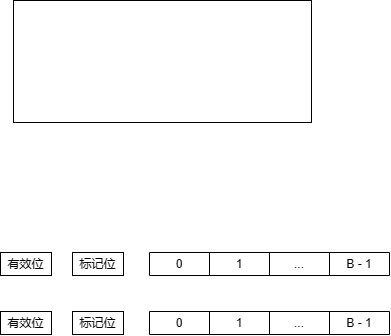
Earlier version of the draw.io export OS/Cache相关.drawio.png (SixPlusAndTimes/drawio). Source tidied: cells renumbered, new cells last; positions are measured from the earlier drawing's top-left corner, leaving out a move shared by most shapes.
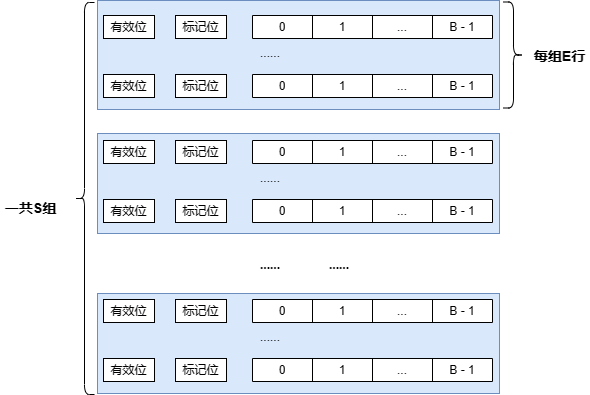
After the commit.

What changed in the source:
```diff
@@ -2,8 +2,14 @@
   <root>
     <mxCell id="0" />
     <mxCell id="1" parent="0" />
+    <mxCell id="19" style="rounded=0;whiteSpace=wrap;html=1;fillColor=#dae8fc;strokeColor=#6c8ebf;" parent="1" vertex="1">
+      <mxGeometry x="-6" y="530" width="402" height="100" as="geometry" />
+    </mxCell>
+    <mxCell id="20" style="rounded=0;whiteSpace=wrap;html=1;fillColor=#dae8fc;strokeColor=#6c8ebf;" parent="1" vertex="1">
+      <mxGeometry x="-6" y="370" width="402" height="100" as="geometry" />
+    </mxCell>
-    <mxCell id="2" style="rounded=0;whiteSpace=wrap;html=1;" parent="1" vertex="1">
-      <mxGeometry x="13" width="298" height="122" as="geometry" />
+    <mxCell id="2" style="rounded=0;whiteSpace=wrap;html=1;fillColor=#dae8fc;strokeColor=#6c8ebf;" parent="1" vertex="1">
+      <mxGeometry x="-6" y="237" width="402" height="109" as="geometry" />
     </mxCell>
     <mxCell id="3" value="有效位" style="rounded=0;whiteSpace=wrap;html=1;" parent="1" vertex="1">
       <mxGeometry y="252" width="51" height="23" as="geometry" />
@@ -53,5 +59,128 @@
     <mxCell id="18" value="B - 1" style="shape=partialRectangle;html=1;whiteSpace=wrap;strokeColor=inherit;overflow=hidden;fillColor=none;top=0;left=0;bottom=0;right=0;" parent="14" vertex="1">
       <mxGeometry x="180" width="60" height="23" as="geometry" />
     </mxCell>
+    <mxCell id="21" value="......" style="text;html=1;strokeColor=none;fillColor=none;align=center;verticalAlign=middle;whiteSpace=wrap;rounded=0;" parent="1" vertex="1">
+      <mxGeometry x="137" y="275" width="60" height="30" as="geometry" />
+    </mxCell>
+    <mxCell id="22" value="有效位" style="rounded=0;whiteSpace=wrap;html=1;" parent="1" vertex="1">
+      <mxGeometry y="377" width="51" height="23" as="geometry" />
+    </mxCell>
+    <mxCell id="23" value="标记位" style="rounded=0;whiteSpace=wrap;html=1;" parent="1" vertex="1">
+      <mxGeometry x="72" y="377" width="51" height="23" as="geometry" />
+    </mxCell>
+    <mxCell id="24" style="shape=table;startSize=0;" parent="1" vertex="1">
+      <mxGeometry x="149" y="377" width="240" height="23" as="geometry" />
+    </mxCell>
+    <mxCell id="25" style="shape=tableRow;horizontal=0;startSize=0;swimlaneHead=0;swimlaneBody=0;strokeColor=inherit;top=0;left=0;bottom=0;right=0;fillColor=none;" parent="24" vertex="1">
+      <mxGeometry width="240" height="23" as="geometry" />
+    </mxCell>
+    <mxCell id="26" value="0" style="shape=partialRectangle;html=1;whiteSpace=wrap;strokeColor=inherit;overflow=hidden;fillColor=none;top=0;left=0;bottom=0;right=0;" parent="25" vertex="1">
+      <mxGeometry width="60" height="23" as="geometry" />
+    </mxCell>
+    <mxCell id="27" value="1" style="shape=partialRectangle;html=1;whiteSpace=wrap;strokeColor=inherit;overflow=hidden;fillColor=none;top=0;left=0;bottom=0;right=0;" parent="25" vertex="1">
+      <mxGeometry x="60" width="60" height="23" as="geometry" />
+    </mxCell>
+    <mxCell id="28" value="..." style="shape=partialRectangle;html=1;whiteSpace=wrap;strokeColor=inherit;overflow=hidden;fillColor=none;top=0;left=0;bottom=0;right=0;" parent="25" vertex="1">
+      <mxGeometry x="120" width="60" height="23" as="geometry" />
+    </mxCell>
+    <mxCell id="29" value="B - 1" style="shape=partialRectangle;html=1;whiteSpace=wrap;strokeColor=inherit;overflow=hidden;fillColor=none;top=0;left=0;bottom=0;right=0;" parent="25" vertex="1">
+      <mxGeometry x="180" width="60" height="23" as="geometry" />
+    </mxCell>
+    <mxCell id="30" value="有效位" style="rounded=0;whiteSpace=wrap;html=1;" parent="1" vertex="1">
+      <mxGeometry y="436" width="51" height="23" as="geometry" />
+    </mxCell>
+    <mxCell id="31" value="标记位" style="rounded=0;whiteSpace=wrap;html=1;" parent="1" vertex="1">
+      <mxGeometry x="72" y="436" width="51" height="23" as="geometry" />
+    </mxCell>
+    <mxCell id="32" style="shape=table;startSize=0;" parent="1" vertex="1">
+      <mxGeometry x="149" y="436" width="240" height="23" as="geometry" />
+    </mxCell>
+    <mxCell id="33" style="shape=tableRow;horizontal=0;startSize=0;swimlaneHead=0;swimlaneBody=0;strokeColor=inherit;top=0;left=0;bottom=0;right=0;fillColor=none;" parent="32" vertex="1">
+      <mxGeometry width="240" height="23" as="geometry" />
+    </mxCell>
+    <mxCell id="34" value="0" style="shape=partialRectangle;html=1;whiteSpace=wrap;strokeColor=inherit;overflow=hidden;fillColor=none;top=0;left=0;bottom=0;right=0;" parent="33" vertex="1">
+      <mxGeometry width="60" height="23" as="geometry" />
+    </mxCell>
+    <mxCell id="35" value="1" style="shape=partialRectangle;html=1;whiteSpace=wrap;strokeColor=inherit;overflow=hidden;fillColor=none;top=0;left=0;bottom=0;right=0;" parent="33" vertex="1">
+      <mxGeometry x="60" width="60" height="23" as="geometry" />
+    </mxCell>
+    <mxCell id="36" value="..." style="shape=partialRectangle;html=1;whiteSpace=wrap;strokeColor=inherit;overflow=hidden;fillColor=none;top=0;left=0;bottom=0;right=0;" parent="33" vertex="1">
+      <mxGeometry x="120" width="60" height="23" as="geometry" />
+    </mxCell>
+    <mxCell id="37" value="B - 1" style="shape=partialRectangle;html=1;whiteSpace=wrap;strokeColor=inherit;overflow=hidden;fillColor=none;top=0;left=0;bottom=0;right=0;" parent="33" vertex="1">
+      <mxGeometry x="180" width="60" height="23" as="geometry" />
+    </mxCell>
+    <mxCell id="38" value="......" style="text;html=1;strokeColor=none;fillColor=none;align=center;verticalAlign=middle;whiteSpace=wrap;rounded=0;" parent="1" vertex="1">
+      <mxGeometry x="137" y="400" width="60" height="30" as="geometry" />
+    </mxCell>
+    <mxCell id="39" value="有效位" style="rounded=0;whiteSpace=wrap;html=1;" parent="1" vertex="1">
+      <mxGeometry y="536" width="51" height="23" as="geometry" />
+    </mxCell>
+    <mxCell id="40" value="标记位" style="rounded=0;whiteSpace=wrap;html=1;" parent="1" vertex="1">
+      <mxGeometry x="72" y="536" width="51" height="23" as="geometry" />
+    </mxCell>
+    <mxCell id="41" style="shape=table;startSize=0;" parent="1" vertex="1">
+      <mxGeometry x="149" y="536" width="240" height="23" as="geometry" />
+    </mxCell>
+    <mxCell id="42" style="shape=tableRow;horizontal=0;startSize=0;swimlaneHead=0;swimlaneBody=0;strokeColor=inherit;top=0;left=0;bottom=0;right=0;fillColor=none;" parent="41" vertex="1">
+      <mxGeometry width="240" height="23" as="geometry" />
+    </mxCell>
+    <mxCell id="43" value="0" style="shape=partialRectangle;html=1;whiteSpace=wrap;strokeColor=inherit;overflow=hidden;fillColor=none;top=0;left=0;bottom=0;right=0;" parent="42" vertex="1">
+      <mxGeometry width="60" height="23" as="geometry" />
+    </mxCell>
+    <mxCell id="44" value="1" style="shape=partialRectangle;html=1;whiteSpace=wrap;strokeColor=inherit;overflow=hidden;fillColor=none;top=0;left=0;bottom=0;right=0;" parent="42" vertex="1">
+      <mxGeometry x="60" width="60" height="23" as="geometry" />
+    </mxCell>
+    <mxCell id="45" value="..." style="shape=partialRectangle;html=1;whiteSpace=wrap;strokeColor=inherit;overflow=hidden;fillColor=none;top=0;left=0;bottom=0;right=0;" parent="42" vertex="1">
+      <mxGeometry x="120" width="60" height="23" as="geometry" />
+    </mxCell>
+    <mxCell id="46" value="B - 1" style="shape=partialRectangle;html=1;whiteSpace=wrap;strokeColor=inherit;overflow=hidden;fillColor=none;top=0;left=0;bottom=0;right=0;" parent="42" vertex="1">
+      <mxGeometry x="180" width="60" height="23" as="geometry" />
+    </mxCell>
+    <mxCell id="47" value="有效位" style="rounded=0;whiteSpace=wrap;html=1;" parent="1" vertex="1">
+      <mxGeometry y="595" width="51" height="23" as="geometry" />
+    </mxCell>
+    <mxCell id="48" value="标记位" style="rounded=0;whiteSpace=wrap;html=1;" parent="1" vertex="1">
+      <mxGeometry x="72" y="595" width="51" height="23" as="geometry" />
+    </mxCell>
+    <mxCell id="49" style="shape=table;startSize=0;" parent="1" vertex="1">
+      <mxGeometry x="149" y="595" width="240" height="23" as="geometry" />
+    </mxCell>
+    <mxCell id="50" style="shape=tableRow;horizontal=0;startSize=0;swimlaneHead=0;swimlaneBody=0;strokeColor=inherit;top=0;left=0;bottom=0;right=0;fillColor=none;" parent="49" vertex="1">
+      <mxGeometry width="240" height="23" as="geometry" />
+    </mxCell>
+    <mxCell id="51" value="0" style="shape=partialRectangle;html=1;whiteSpace=wrap;strokeColor=inherit;overflow=hidden;fillColor=none;top=0;left=0;bottom=0;right=0;" parent="50" vertex="1">
+      <mxGeometry width="60" height="23" as="geometry" />
+    </mxCell>
+    <mxCell id="52" value="1" style="shape=partialRectangle;html=1;whiteSpace=wrap;strokeColor=inherit;overflow=hidden;fillColor=none;top=0;left=0;bottom=0;right=0;" parent="50" vertex="1">
+      <mxGeometry x="60" width="60" height="23" as="geometry" />
+    </mxCell>
+    <mxCell id="53" value="..." style="shape=partialRectangle;html=1;whiteSpace=wrap;strokeColor=inherit;overflow=hidden;fillColor=none;top=0;left=0;bottom=0;right=0;" parent="50" vertex="1">
+      <mxGeometry x="120" width="60" height="23" as="geometry" />
+    </mxCell>
+    <mxCell id="54" value="B - 1" style="shape=partialRectangle;html=1;whiteSpace=wrap;strokeColor=inherit;overflow=hidden;fillColor=none;top=0;left=0;bottom=0;right=0;" parent="50" vertex="1">
+      <mxGeometry x="180" width="60" height="23" as="geometry" />
+    </mxCell>
+    <mxCell id="55" value="......" style="text;html=1;strokeColor=none;fillColor=none;align=center;verticalAlign=middle;whiteSpace=wrap;rounded=0;" parent="1" vertex="1">
+      <mxGeometry x="137" y="559" width="60" height="30" as="geometry" />
+    </mxCell>
+    <mxCell id="56" value="&lt;b&gt;......&lt;/b&gt;" style="text;html=1;strokeColor=none;fillColor=none;align=center;verticalAlign=middle;whiteSpace=wrap;rounded=0;" parent="1" vertex="1">
+      <mxGeometry x="137" y="487" width="60" height="30" as="geometry" />
+    </mxCell>
+    <mxCell id="57" value="&lt;b&gt;......&lt;/b&gt;" style="text;html=1;strokeColor=none;fillColor=none;align=center;verticalAlign=middle;whiteSpace=wrap;rounded=0;" parent="1" vertex="1">
+      <mxGeometry x="206" y="487" width="60" height="30" as="geometry" />
+    </mxCell>
+    <mxCell id="58" style="shape=curlyBracket;whiteSpace=wrap;html=1;rounded=1;flipH=1;labelPosition=right;verticalLabelPosition=middle;align=left;verticalAlign=middle;" parent="1" vertex="1">
+      <mxGeometry x="400" y="238.5" width="20" height="106" as="geometry" />
+    </mxCell>
+    <mxCell id="59" value="&lt;font style=&quot;font-size: 14px;&quot;&gt;每组E行&lt;/font&gt;" style="text;strokeColor=none;fillColor=none;html=1;fontSize=24;fontStyle=1;verticalAlign=middle;align=center;" parent="1" vertex="1">
+      <mxGeometry x="426" y="270" width="60" height="40" as="geometry" />
+    </mxCell>
+    <mxCell id="60" style="shape=curlyBracket;whiteSpace=wrap;html=1;rounded=1;labelPosition=left;verticalLabelPosition=middle;align=right;verticalAlign=middle;" parent="1" vertex="1">
+      <mxGeometry x="-29" y="239" width="20" height="392" as="geometry" />
+    </mxCell>
+    <mxCell id="61" value="&lt;font style=&quot;font-size: 14px;&quot;&gt;一共S组&lt;/font&gt;" style="text;strokeColor=none;fillColor=none;html=1;fontSize=24;fontStyle=1;verticalAlign=middle;align=center;" parent="1" vertex="1">
+      <mxGeometry x="-103" y="422" width="60" height="40" as="geometry" />
+    </mxCell>
   </root>
 </mxGraphModel>
```
